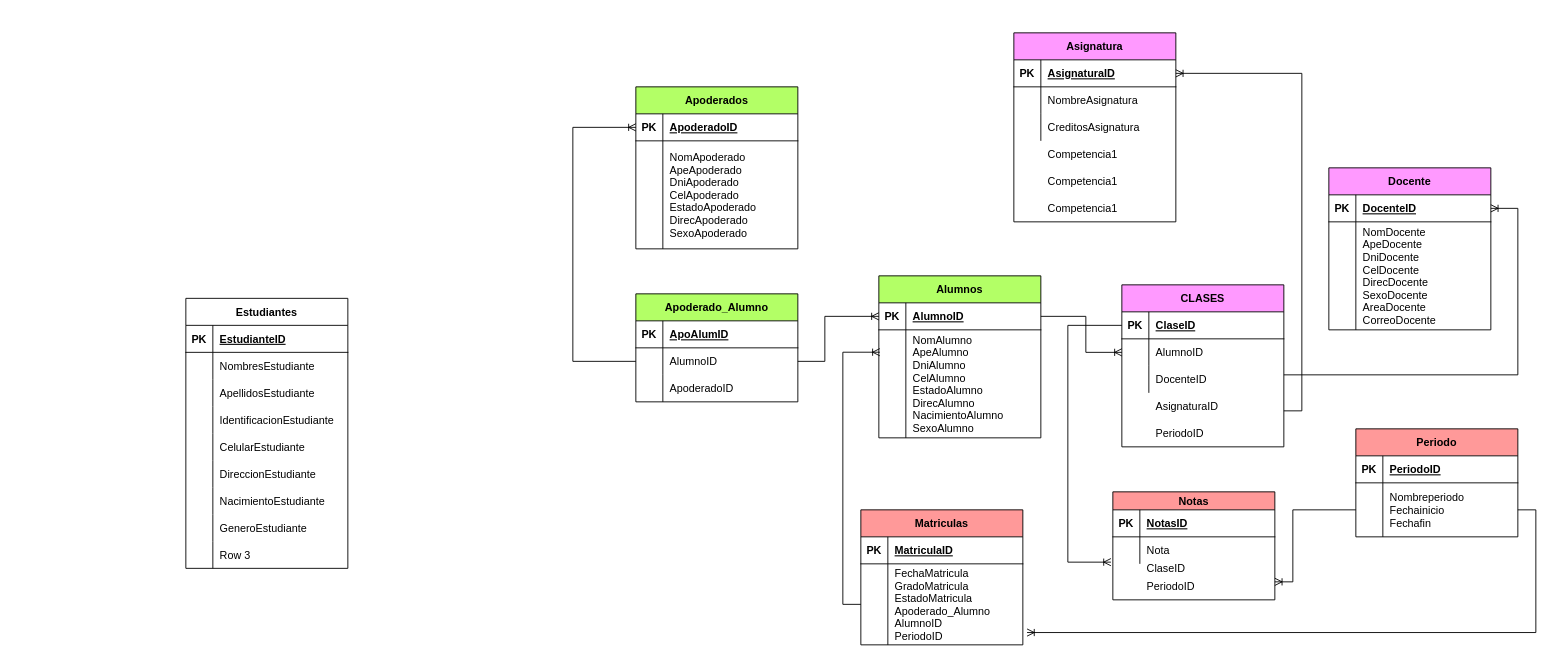
Before: ColegioDB.drawio in LiannMelanny/DATABASE-DIAGRAM, a draw.io diagram. Source tidied: cells renumbered, new cells numbered last; positions are measured from the earlier drawing's top-left corner, leaving out a move shared by most shapes. Both pictures are drawn from the tidied source at 90%, with x=0, y=0 at pixel (185, 32).
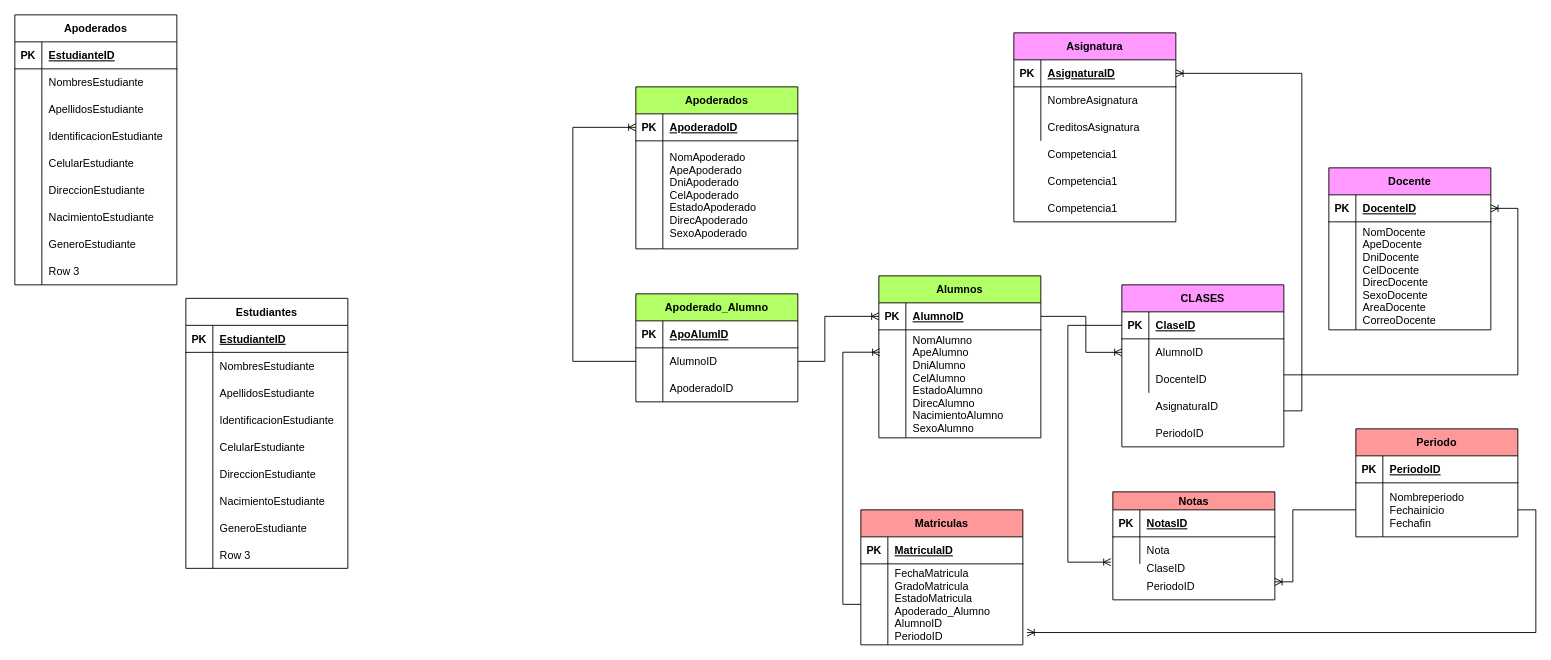
The same diagram, later.

Change to the diagram source:
```diff
@@
+    <mxCell id="119" value="Apoderados" style="shape=table;startSize=30;childLayout=tableLayout;rowLines=0;fontStyle=1;align=center;" parent="1" vertex="1">
+      <mxGeometry x="-190" y="-20" width="180" height="300" as="geometry" />
+    </mxCell>
+    <mxCell id="120" style="shape=tableRow;horizontal=0;startSize=0;swimlaneHead=0;swimlaneBody=0;fillColor=none;top=0;left=0;right=0;bottom=1;" parent="119" vertex="1">
+      <mxGeometry y="30" width="180" height="30" as="geometry" />
+    </mxCell>
+    <mxCell id="121" value="PK" style="shape=partialRectangle;fillColor=none;top=0;left=0;bottom=0;right=0;fontStyle=1;overflow=hidden;" parent="120" vertex="1">
+      <mxGeometry width="30" height="30" as="geometry" />
+    </mxCell>
+    <mxCell id="122" value="EstudianteID" style="shape=partialRectangle;fillColor=none;top=0;left=0;bottom=0;right=0;align=left;spacingLeft=6;fontStyle=5;overflow=hidden;" parent="120" vertex="1">
+      <mxGeometry x="30" width="150" height="30" as="geometry" />
+    </mxCell>
+    <mxCell id="123" style="shape=tableRow;horizontal=0;startSize=0;swimlaneHead=0;swimlaneBody=0;fillColor=none;top=0;left=0;right=0;bottom=0;" parent="119" vertex="1">
+      <mxGeometry y="60" width="180" height="30" as="geometry" />
+    </mxCell>
+    <mxCell id="124" style="shape=partialRectangle;fillColor=none;top=0;left=0;bottom=0;right=0;overflow=hidden;" parent="123" vertex="1">
+      <mxGeometry width="30" height="30" as="geometry" />
+    </mxCell>
+    <mxCell id="125" value="NombresEstudiante" style="shape=partialRectangle;fillColor=none;top=0;left=0;bottom=0;right=0;align=left;spacingLeft=6;overflow=hidden;" parent="123" vertex="1">
+      <mxGeometry x="30" width="150" height="30" as="geometry" />
+    </mxCell>
+    <mxCell id="126" style="shape=tableRow;horizontal=0;startSize=0;swimlaneHead=0;swimlaneBody=0;fillColor=none;top=0;left=0;right=0;bottom=0;" parent="119" vertex="1">
+      <mxGeometry y="90" width="180" height="30" as="geometry" />
+    </mxCell>
+    <mxCell id="127" style="shape=partialRectangle;fillColor=none;top=0;left=0;bottom=0;right=0;overflow=hidden;" parent="126" vertex="1">
+      <mxGeometry width="30" height="30" as="geometry" />
+    </mxCell>
+    <mxCell id="128" value="ApellidosEstudiante" style="shape=partialRectangle;fillColor=none;top=0;left=0;bottom=0;right=0;align=left;spacingLeft=6;overflow=hidden;" parent="126" vertex="1">
+      <mxGeometry x="30" width="150" height="30" as="geometry" />
+    </mxCell>
+    <mxCell id="129" style="shape=tableRow;horizontal=0;startSize=0;swimlaneHead=0;swimlaneBody=0;fillColor=none;top=0;left=0;right=0;bottom=0;" parent="119" vertex="1">
+      <mxGeometry y="120" width="180" height="30" as="geometry" />
+    </mxCell>
+    <mxCell id="130" style="shape=partialRectangle;fillColor=none;top=0;left=0;bottom=0;right=0;overflow=hidden;" parent="129" vertex="1">
+      <mxGeometry width="30" height="30" as="geometry" />
+    </mxCell>
+    <mxCell id="131" value="IdentificacionEstudiante" style="shape=partialRectangle;fillColor=none;top=0;left=0;bottom=0;right=0;align=left;spacingLeft=6;overflow=hidden;" parent="129" vertex="1">
+      <mxGeometry x="30" width="150" height="30" as="geometry" />
+    </mxCell>
+    <mxCell id="132" style="shape=tableRow;horizontal=0;startSize=0;swimlaneHead=0;swimlaneBody=0;fillColor=none;top=0;left=0;right=0;bottom=0;" parent="119" vertex="1">
+      <mxGeometry y="150" width="180" height="30" as="geometry" />
+    </mxCell>
+    <mxCell id="133" style="shape=partialRectangle;fillColor=none;top=0;left=0;bottom=0;right=0;overflow=hidden;" parent="132" vertex="1">
+      <mxGeometry width="30" height="30" as="geometry" />
+    </mxCell>
+    <mxCell id="134" value="CelularEstudiante" style="shape=partialRectangle;fillColor=none;top=0;left=0;bottom=0;right=0;align=left;spacingLeft=6;overflow=hidden;" parent="132" vertex="1">
+      <mxGeometry x="30" width="150" height="30" as="geometry" />
+    </mxCell>
+    <mxCell id="135" style="shape=tableRow;horizontal=0;startSize=0;swimlaneHead=0;swimlaneBody=0;fillColor=none;top=0;left=0;right=0;bottom=0;" parent="119" vertex="1">
+      <mxGeometry y="180" width="180" height="30" as="geometry" />
+    </mxCell>
+    <mxCell id="136" style="shape=partialRectangle;fillColor=none;top=0;left=0;bottom=0;right=0;overflow=hidden;" parent="135" vertex="1">
+      <mxGeometry width="30" height="30" as="geometry" />
+    </mxCell>
+    <mxCell id="137" value="DireccionEstudiante" style="shape=partialRectangle;fillColor=none;top=0;left=0;bottom=0;right=0;align=left;spacingLeft=6;overflow=hidden;" parent="135" vertex="1">
+      <mxGeometry x="30" width="150" height="30" as="geometry" />
+    </mxCell>
+    <mxCell id="138" style="shape=tableRow;horizontal=0;startSize=0;swimlaneHead=0;swimlaneBody=0;fillColor=none;top=0;left=0;right=0;bottom=0;" parent="119" vertex="1">
+      <mxGeometry y="210" width="180" height="30" as="geometry" />
+    </mxCell>
+    <mxCell id="139" style="shape=partialRectangle;fillColor=none;top=0;left=0;bottom=0;right=0;overflow=hidden;" parent="138" vertex="1">
+      <mxGeometry width="30" height="30" as="geometry" />
+    </mxCell>
+    <mxCell id="140" value="NacimientoEstudiante" style="shape=partialRectangle;fillColor=none;top=0;left=0;bottom=0;right=0;align=left;spacingLeft=6;overflow=hidden;" parent="138" vertex="1">
+      <mxGeometry x="30" width="150" height="30" as="geometry" />
+    </mxCell>
+    <mxCell id="141" style="shape=tableRow;horizontal=0;startSize=0;swimlaneHead=0;swimlaneBody=0;fillColor=none;top=0;left=0;right=0;bottom=0;" parent="119" vertex="1">
+      <mxGeometry y="240" width="180" height="30" as="geometry" />
+    </mxCell>
+    <mxCell id="142" style="shape=partialRectangle;fillColor=none;top=0;left=0;bottom=0;right=0;overflow=hidden;" parent="141" vertex="1">
+      <mxGeometry width="30" height="30" as="geometry" />
+    </mxCell>
+    <mxCell id="143" value="GeneroEstudiante" style="shape=partialRectangle;fillColor=none;top=0;left=0;bottom=0;right=0;align=left;spacingLeft=6;overflow=hidden;" parent="141" vertex="1">
+      <mxGeometry x="30" width="150" height="30" as="geometry" />
+    </mxCell>
+    <mxCell id="144" style="shape=tableRow;horizontal=0;startSize=0;swimlaneHead=0;swimlaneBody=0;fillColor=none;top=0;left=0;right=0;bottom=0;" parent="119" vertex="1">
+      <mxGeometry y="270" width="180" height="30" as="geometry" />
+    </mxCell>
+    <mxCell id="145" style="shape=partialRectangle;fillColor=none;top=0;left=0;bottom=0;right=0;overflow=hidden;" parent="144" vertex="1">
+      <mxGeometry width="30" height="30" as="geometry" />
+    </mxCell>
+    <mxCell id="146" value="Row 3" style="shape=partialRectangle;fillColor=none;top=0;left=0;bottom=0;right=0;align=left;spacingLeft=6;overflow=hidden;" parent="144" vertex="1">
+      <mxGeometry x="30" width="150" height="30" as="geometry" />
+    </mxCell>
```
